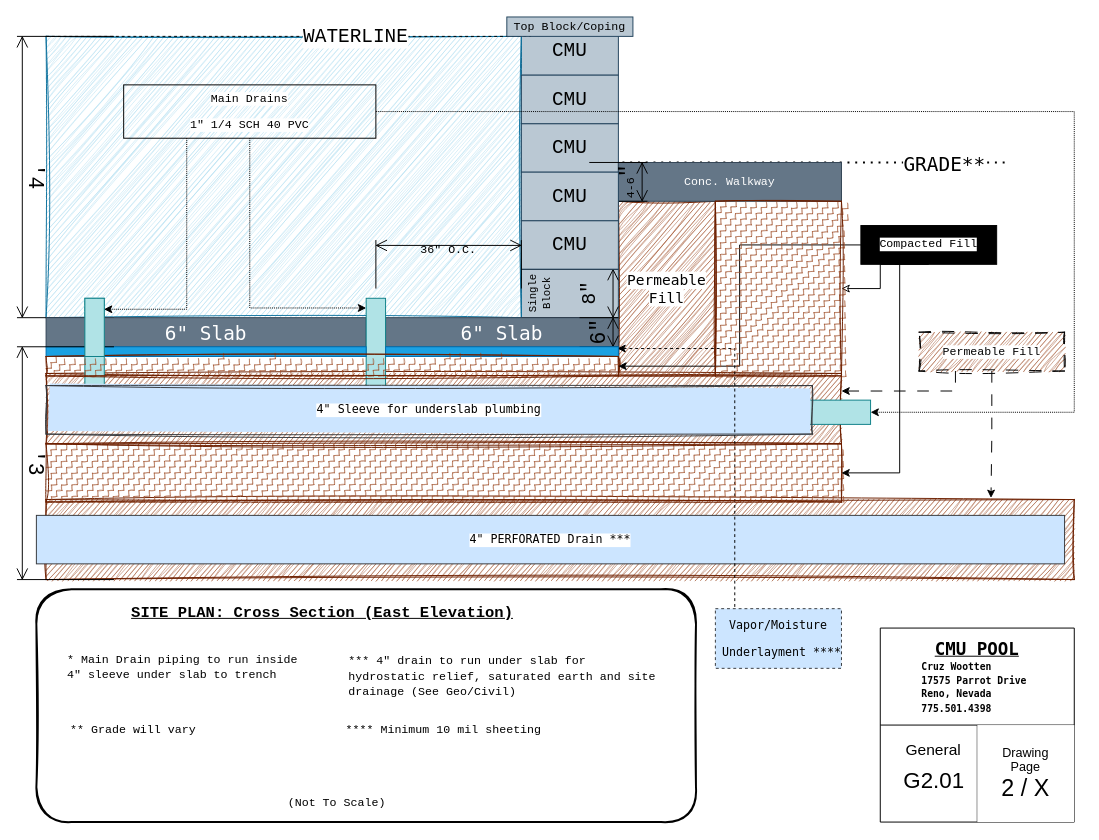
This is G201.drawio from LilWikipedia/parrotpool, a draw.io file, before an edit. Source tidied: cells renumbered, new cells numbered last; positions are measured from the earlier drawing's top-left corner, leaving out a move shared by most shapes. Both pictures are drawn from the tidied source at 97%, with x=0, y=0 at pixel (16, 16).
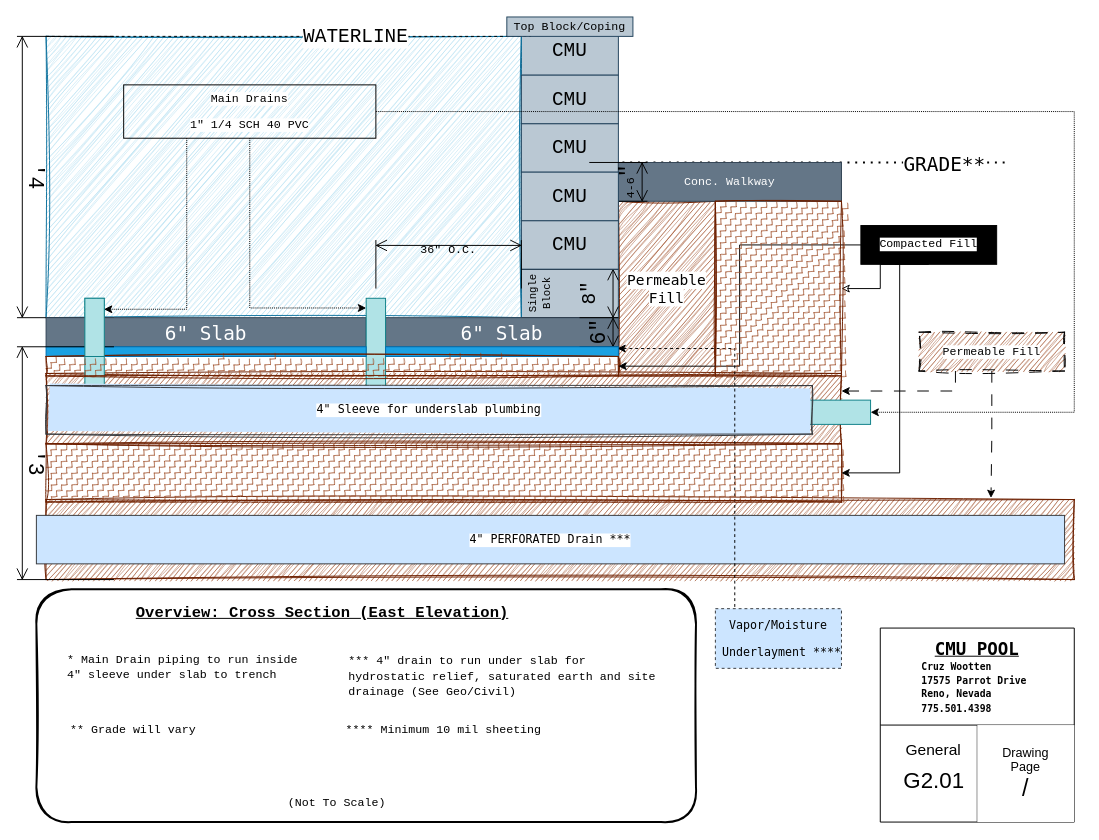
Above is the later version.

The edit, as a diff of the source:
```diff
@@
-    <mxCell id="17" value="&lt;font style=&quot;font-size: 16px;&quot; face=&quot;Courier New&quot;&gt;&lt;b style=&quot;&quot;&gt;&lt;u&gt;SITE PLAN: Cross Section (East Elevation)&lt;/u&gt;&lt;/b&gt;&lt;/font&gt;" style="text;html=1;align=center;verticalAlign=middle;whiteSpace=wrap;rounded=0;" parent="1" vertex="1">
+    <mxCell id="17" value="&lt;font style=&quot;font-size: 16px;&quot; face=&quot;Courier New&quot;&gt;&lt;b style=&quot;&quot;&gt;&lt;u&gt;Overview: Cross Section (East Elevation)&lt;/u&gt;&lt;/b&gt;&lt;/font&gt;" style="text;html=1;align=center;verticalAlign=middle;whiteSpace=wrap;rounded=0;" parent="1" vertex="1">
       <mxGeometry x="60" y="600" width="510" height="30" as="geometry" />
     </mxCell>
@@
-    <mxCell id="50" value="&lt;div&gt;&lt;font style=&quot;font-size: 13px;&quot;&gt;Drawing&lt;/font&gt;&lt;/div&gt;&lt;div&gt;&lt;font style=&quot;font-size: 13px;&quot;&gt;Page&lt;/font&gt;&lt;/div&gt;&lt;div&gt;&lt;span style=&quot;font-size: 24px; background-color: transparent; color: light-dark(rgb(0, 0, 0), rgb(255, 255, 255));&quot;&gt;2 / X&lt;/span&gt;&lt;/div&gt;" style="text;html=1;align=center;verticalAlign=middle;whiteSpace=wrap;rounded=0;fillColor=default;" parent="1" vertex="1">
+    <mxCell id="50" value="&lt;div&gt;&lt;font style=&quot;font-size: 13px;&quot;&gt;Drawing&lt;/font&gt;&lt;/div&gt;&lt;div&gt;&lt;font style=&quot;font-size: 13px;&quot;&gt;Page&lt;/font&gt;&lt;/div&gt;&lt;div&gt;&lt;span style=&quot;font-size: 24px; background-color: transparent; color: light-dark(rgb(0, 0, 0), rgb(255, 255, 255));&quot;&gt;&amp;nbsp;/&amp;nbsp;&lt;/span&gt;&lt;/div&gt;" style="text;html=1;align=center;verticalAlign=middle;whiteSpace=wrap;rounded=0;fillColor=default;" parent="1" vertex="1">
       <mxGeometry x="990" y="730" width="100" height="100" as="geometry" />
     </mxCell>
```
